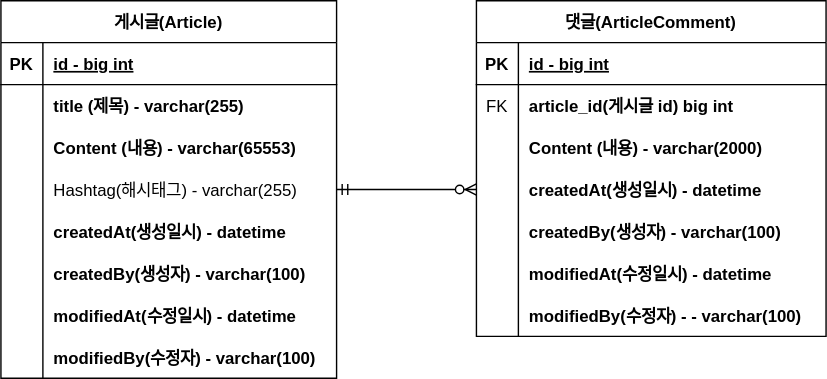
The draw.io diagram document/project-board.svg in MartinDog/Fastcampus-project-board, before a commit. Source tidied: cells renumbered, new cells last; positions are measured from the earlier drawing's top-left corner, leaving out a move shared by most shapes.
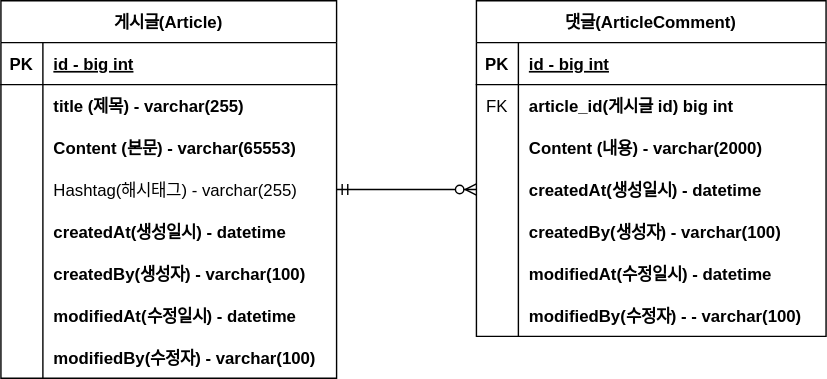
After the commit.

Commit message:
#8 E-R diagram 업데이트

The edit, as a diff of the source:
```diff
@@ -29,7 +29,7 @@
     <mxCell id="10" style="shape=partialRectangle;fillColor=none;top=0;left=0;bottom=0;right=0;overflow=hidden;" parent="9" vertex="1">
       <mxGeometry width="30" height="30" as="geometry" />
     </mxCell>
-    <mxCell id="11" value="Content (내용) - varchar(65553)" style="shape=partialRectangle;fillColor=none;top=0;left=0;bottom=0;right=0;align=left;spacingLeft=6;overflow=hidden;fontStyle=1;" parent="9" vertex="1">
+    <mxCell id="11" value="Content (본문) - varchar(65553)" style="shape=partialRectangle;fillColor=none;top=0;left=0;bottom=0;right=0;align=left;spacingLeft=6;overflow=hidden;fontStyle=1;" parent="9" vertex="1">
       <mxGeometry x="30" width="210" height="30" as="geometry" />
     </mxCell>
     <mxCell id="12" style="shape=tableRow;horizontal=0;startSize=0;swimlaneHead=0;swimlaneBody=0;fillColor=none;points=[[0,0.5],[1,0.5]];portConstraint=eastwest;top=0;left=0;right=0;bottom=0;" parent="2" vertex="1">
```
